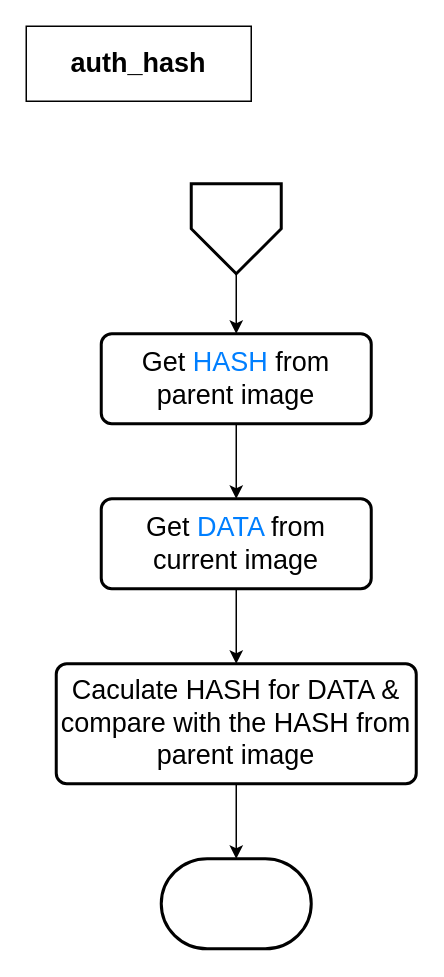
This is page "auth_hash" (5 of 7) of mbedx509_parser.drawio from daichin/secureboot, a draw.io file, before an edit. Source tidied: cells renumbered, new cells numbered last; positions are measured from the earlier drawing's top-left corner, leaving out a move shared by most shapes. Both pictures are drawn from the tidied source at 150%, with x=0, y=0 at pixel (26, 26).
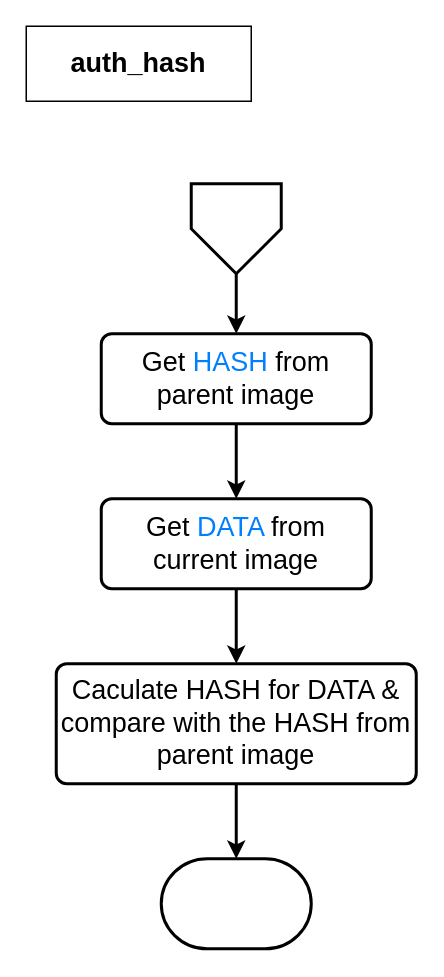
After the change.

The edit, as a diff of the source:
```diff
@@
 <mxGraphModel>
   <root>
     <mxCell id="0" />
     <mxCell id="1" parent="0" />
     <mxCell id="2" value="auth_hash" style="whiteSpace=wrap;html=1;fontSize=18;align=center;fontStyle=1;" parent="1" vertex="1">
       <mxGeometry width="150" height="50" as="geometry" />
     </mxCell>
-    <mxCell id="3" style="edgeStyle=orthogonalEdgeStyle;rounded=0;jettySize=auto;html=1;fontSize=18;" parent="1" edge="1" source="4" target="6">
+    <mxCell id="3" style="edgeStyle=orthogonalEdgeStyle;rounded=0;jettySize=auto;html=1;fontSize=18;strokeWidth=2;" parent="1" edge="1" source="4" target="6">
       <mxGeometry relative="1" as="geometry" />
     </mxCell>
     <mxCell id="4" style="verticalLabelPosition=bottom;verticalAlign=top;html=1;strokeWidth=2;shape=offPageConnector;rounded=0;size=0.5;fontSize=18;align=center;" parent="1" vertex="1">
       <mxGeometry x="110" y="105" width="60" height="60" as="geometry" />
     </mxCell>
-    <mxCell id="5" style="edgeStyle=orthogonalEdgeStyle;rounded=0;jettySize=auto;html=1;fontSize=18;" parent="1" edge="1" source="6" target="8">
+    <mxCell id="5" style="edgeStyle=orthogonalEdgeStyle;rounded=0;jettySize=auto;html=1;fontSize=18;strokeWidth=2;" parent="1" edge="1" source="6" target="8">
       <mxGeometry relative="1" as="geometry" />
     </mxCell>
     <mxCell id="6" value="Get &lt;font color=&quot;#007fff&quot;&gt;HASH&lt;/font&gt; from parent image" style="rounded=1;whiteSpace=wrap;html=1;absoluteArcSize=1;arcSize=14;strokeWidth=2;fontSize=18;align=center;" parent="1" vertex="1">
       <mxGeometry x="50" y="205" width="180" height="60" as="geometry" />
     </mxCell>
-    <mxCell id="7" style="edgeStyle=orthogonalEdgeStyle;rounded=0;jettySize=auto;html=1;fontSize=18;" parent="1" edge="1" source="8" target="10">
+    <mxCell id="7" style="edgeStyle=orthogonalEdgeStyle;rounded=0;jettySize=auto;html=1;fontSize=18;strokeWidth=2;" parent="1" edge="1" source="8" target="10">
       <mxGeometry relative="1" as="geometry" />
     </mxCell>
     <mxCell id="8" value="Get &lt;font color=&quot;#007fff&quot;&gt;DATA&lt;/font&gt; from current image" style="rounded=1;whiteSpace=wrap;html=1;absoluteArcSize=1;arcSize=14;strokeWidth=2;fontSize=18;align=center;" parent="1" vertex="1">
       <mxGeometry x="50" y="315" width="180" height="60" as="geometry" />
     </mxCell>
-    <mxCell id="9" style="edgeStyle=orthogonalEdgeStyle;rounded=0;jettySize=auto;html=1;fontSize=18;" parent="1" edge="1" source="10" target="11">
+    <mxCell id="9" style="edgeStyle=orthogonalEdgeStyle;rounded=0;jettySize=auto;html=1;fontSize=18;strokeWidth=2;" parent="1" edge="1" source="10" target="11">
       <mxGeometry relative="1" as="geometry" />
     </mxCell>
     <mxCell id="10" value="Caculate HASH for DATA &amp;amp; compare with the HASH from parent image" style="rounded=1;whiteSpace=wrap;html=1;absoluteArcSize=1;arcSize=14;strokeWidth=2;fontSize=18;align=center;" parent="1" vertex="1">
       <mxGeometry x="20" y="425" width="240" height="80" as="geometry" />
     </mxCell>
     <mxCell id="11" style="strokeWidth=2;html=1;shape=mxgraph.flowchart.terminator;whiteSpace=wrap;fontSize=18;align=center;" parent="1" vertex="1">
       <mxGeometry x="90" y="555" width="100" height="60" as="geometry" />
     </mxCell>
   </root>
 </mxGraphModel>
```
